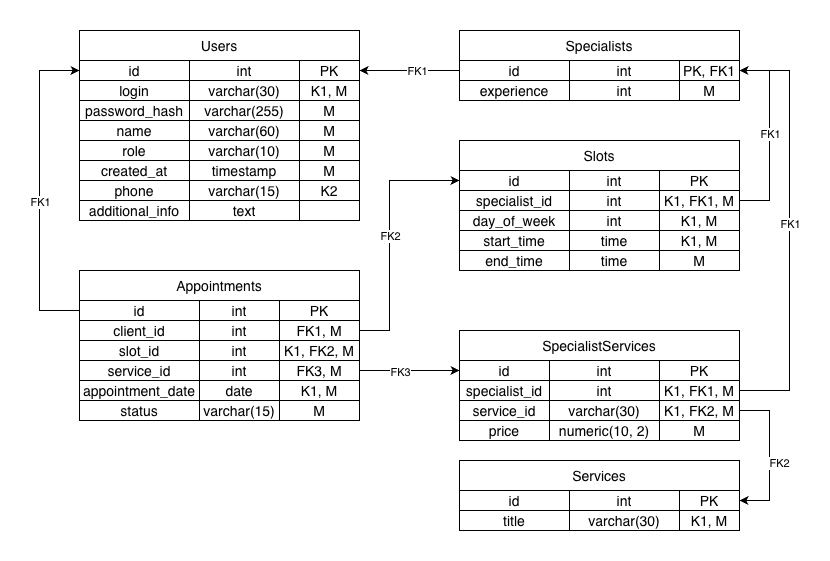
Earlier version of the draw.io export assignments/database/massage_salon.png (gr33n-m1ner/system-engineering). Source tidied: cells renumbered, new cells last; positions are measured from the earlier drawing's top-left corner, leaving out a move shared by most shapes.
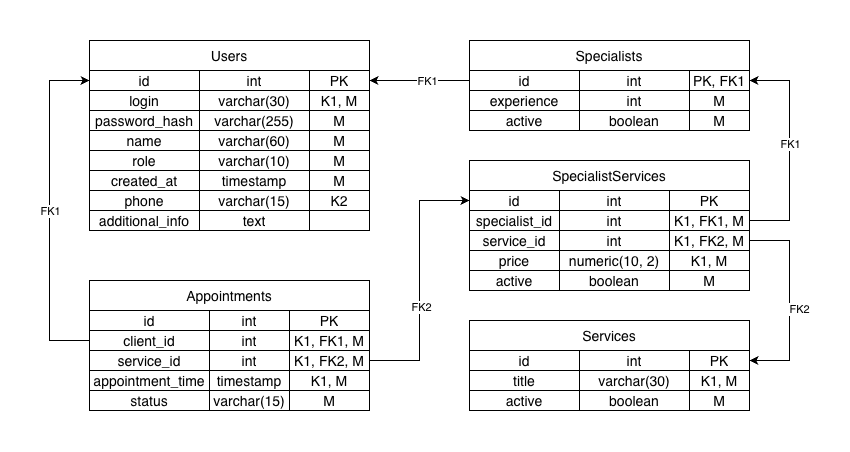
Above is the later version.

Change to the diagram source:
```diff
@@ -104,8 +104,8 @@
     <mxCell id="35" style="edgeStyle=orthogonalEdgeStyle;rounded=0;jettySize=auto;html=1;entryX=1;entryY=0.5;entryDx=0;entryDy=0;exitX=1;exitY=0.5;exitDx=0;exitDy=0;endArrow=none;endFill=0;startArrow=classic;startFill=1;" parent="1" edge="1" source="41" target="119">
       <mxGeometry relative="1" as="geometry">
         <Array as="points">
-          <mxPoint x="730" y="470" />
-          <mxPoint x="730" y="380" />
+          <mxPoint x="740" y="320" />
+          <mxPoint x="740" y="200" />
         </Array>
       </mxGeometry>
     </mxCell>
@@ -115,7 +115,7 @@
       </mxGeometry>
     </mxCell>
     <mxCell id="37" value="Services" style="shape=table;startSize=30;fontSize=14;labelBackgroundColor=none;" parent="1" vertex="1">
-      <mxGeometry x="420" y="430" width="280" height="70" as="geometry" />
+      <mxGeometry x="420" y="280" width="280" height="90" as="geometry" />
     </mxCell>
     <mxCell id="38" style="shape=tableRow;horizontal=0;startSize=0;swimlaneHead=0;swimlaneBody=0;top=0;left=0;bottom=0;right=0;fillColor=none;fontSize=14;labelBackgroundColor=none;" parent="37" vertex="1">
       <mxGeometry y="30" width="280" height="20" as="geometry" />
@@ -141,71 +141,20 @@
     <mxCell id="45" value="K1, M" style="shape=partialRectangle;html=1;whiteSpace=wrap;overflow=hidden;fillColor=none;top=0;left=0;bottom=0;right=0;fontSize=14;labelBackgroundColor=none;" parent="42" vertex="1">
       <mxGeometry x="220" width="60" height="20" as="geometry" />
     </mxCell>
-    <mxCell id="46" value="Slots" style="shape=table;startSize=30;fontSize=14;labelBackgroundColor=none;" parent="1" vertex="1">
-      <mxGeometry x="420" y="110" width="280" height="130" as="geometry" />
-    </mxCell>
-    <mxCell id="47" style="shape=tableRow;horizontal=0;startSize=0;swimlaneHead=0;swimlaneBody=0;top=0;left=0;bottom=0;right=0;fillColor=none;fontSize=14;labelBackgroundColor=none;" parent="46" vertex="1">
-      <mxGeometry y="30" width="280" height="20" as="geometry" />
-    </mxCell>
-    <mxCell id="48" value="&lt;font&gt;id&lt;/font&gt;" style="shape=partialRectangle;html=1;whiteSpace=wrap;overflow=hidden;fillColor=none;top=0;left=0;bottom=0;right=0;fontSize=14;labelBackgroundColor=none;" parent="47" vertex="1">
-      <mxGeometry width="110" height="20" as="geometry" />
-    </mxCell>
-    <mxCell id="49" value="&lt;span&gt;int&lt;/span&gt;" style="shape=partialRectangle;html=1;whiteSpace=wrap;overflow=hidden;fillColor=none;top=0;left=0;bottom=0;right=0;fontSize=14;labelBackgroundColor=none;" parent="47" vertex="1">
-      <mxGeometry x="110" width="90" height="20" as="geometry" />
-    </mxCell>
-    <mxCell id="50" value="PK" style="shape=partialRectangle;html=1;whiteSpace=wrap;overflow=hidden;fillColor=none;top=0;left=0;bottom=0;right=0;fontSize=14;labelBackgroundColor=none;" parent="47" vertex="1">
-      <mxGeometry x="200" width="80" height="20" as="geometry" />
-    </mxCell>
-    <mxCell id="51" style="shape=tableRow;horizontal=0;startSize=0;swimlaneHead=0;swimlaneBody=0;top=0;left=0;bottom=0;right=0;fillColor=none;fontSize=14;labelBackgroundColor=none;" parent="46" vertex="1">
-      <mxGeometry y="50" width="280" height="20" as="geometry" />
-    </mxCell>
-    <mxCell id="52" value="specialist_id" style="shape=partialRectangle;html=1;whiteSpace=wrap;overflow=hidden;fillColor=none;top=0;left=0;bottom=0;right=0;fontSize=14;labelBackgroundColor=none;" parent="51" vertex="1">
-      <mxGeometry width="110" height="20" as="geometry" />
-    </mxCell>
-    <mxCell id="53" value="int" style="shape=partialRectangle;html=1;whiteSpace=wrap;overflow=hidden;fillColor=none;top=0;left=0;bottom=0;right=0;fontSize=14;labelBackgroundColor=none;" parent="51" vertex="1">
-      <mxGeometry x="110" width="90" height="20" as="geometry" />
-    </mxCell>
-    <mxCell id="54" value="K1, FK1, M" style="shape=partialRectangle;html=1;whiteSpace=wrap;overflow=hidden;fillColor=none;top=0;left=0;bottom=0;right=0;fontSize=14;labelBackgroundColor=none;" parent="51" vertex="1">
-      <mxGeometry x="200" width="80" height="20" as="geometry" />
-    </mxCell>
-    <mxCell id="55" style="shape=tableRow;horizontal=0;startSize=0;swimlaneHead=0;swimlaneBody=0;top=0;left=0;bottom=0;right=0;fillColor=none;fontSize=14;labelBackgroundColor=none;" parent="46" vertex="1">
-      <mxGeometry y="70" width="280" height="20" as="geometry" />
-    </mxCell>
-    <mxCell id="56" value="day_of_week" style="shape=partialRectangle;html=1;whiteSpace=wrap;overflow=hidden;fillColor=none;top=0;left=0;bottom=0;right=0;fontSize=14;labelBackgroundColor=none;" parent="55" vertex="1">
-      <mxGeometry width="110" height="20" as="geometry" />
-    </mxCell>
-    <mxCell id="57" value="int" style="shape=partialRectangle;html=1;whiteSpace=wrap;overflow=hidden;fillColor=none;top=0;left=0;bottom=0;right=0;fontSize=14;labelBackgroundColor=none;" parent="55" vertex="1">
-      <mxGeometry x="110" width="90" height="20" as="geometry" />
-    </mxCell>
-    <mxCell id="58" value="K1, M" style="shape=partialRectangle;html=1;whiteSpace=wrap;overflow=hidden;fillColor=none;top=0;left=0;bottom=0;right=0;fontSize=14;labelBackgroundColor=none;" parent="55" vertex="1">
-      <mxGeometry x="200" width="80" height="20" as="geometry" />
-    </mxCell>
-    <mxCell id="59" style="shape=tableRow;horizontal=0;startSize=0;swimlaneHead=0;swimlaneBody=0;top=0;left=0;bottom=0;right=0;fillColor=none;fontSize=14;labelBackgroundColor=none;" parent="46" vertex="1">
-      <mxGeometry y="90" width="280" height="20" as="geometry" />
-    </mxCell>
-    <mxCell id="60" value="start_time" style="shape=partialRectangle;html=1;whiteSpace=wrap;overflow=hidden;fillColor=none;top=0;left=0;bottom=0;right=0;fontSize=14;labelBackgroundColor=none;" parent="59" vertex="1">
-      <mxGeometry width="110" height="20" as="geometry" />
-    </mxCell>
-    <mxCell id="61" value="time" style="shape=partialRectangle;html=1;whiteSpace=wrap;overflow=hidden;fillColor=none;top=0;left=0;bottom=0;right=0;fontSize=14;labelBackgroundColor=none;" parent="59" vertex="1">
-      <mxGeometry x="110" width="90" height="20" as="geometry" />
-    </mxCell>
-    <mxCell id="62" value="K1, M" style="shape=partialRectangle;html=1;whiteSpace=wrap;overflow=hidden;fillColor=none;top=0;left=0;bottom=0;right=0;fontSize=14;labelBackgroundColor=none;" parent="59" vertex="1">
-      <mxGeometry x="200" width="80" height="20" as="geometry" />
-    </mxCell>
-    <mxCell id="63" style="shape=tableRow;horizontal=0;startSize=0;swimlaneHead=0;swimlaneBody=0;top=0;left=0;bottom=0;right=0;fillColor=none;fontSize=14;labelBackgroundColor=none;" parent="46" vertex="1">
-      <mxGeometry y="110" width="280" height="20" as="geometry" />
-    </mxCell>
-    <mxCell id="64" value="end_time" style="shape=partialRectangle;html=1;whiteSpace=wrap;overflow=hidden;fillColor=none;top=0;left=0;bottom=0;right=0;fontSize=14;labelBackgroundColor=none;" parent="63" vertex="1">
-      <mxGeometry width="110" height="20" as="geometry" />
-    </mxCell>
-    <mxCell id="65" value="time" style="shape=partialRectangle;html=1;whiteSpace=wrap;overflow=hidden;fillColor=none;top=0;left=0;bottom=0;right=0;fontSize=14;labelBackgroundColor=none;" parent="63" vertex="1">
-      <mxGeometry x="110" width="90" height="20" as="geometry" />
-    </mxCell>
-    <mxCell id="66" value="M" style="shape=partialRectangle;html=1;whiteSpace=wrap;overflow=hidden;fillColor=none;top=0;left=0;bottom=0;right=0;fontSize=14;labelBackgroundColor=none;" parent="63" vertex="1">
-      <mxGeometry x="200" width="80" height="20" as="geometry" />
-    </mxCell>
+    <mxCell id="130" style="shape=tableRow;horizontal=0;startSize=0;swimlaneHead=0;swimlaneBody=0;top=0;left=0;bottom=0;right=0;fillColor=none;fontSize=14;labelBackgroundColor=none;" parent="37" vertex="1">
+      <mxGeometry y="70" width="280" height="20" as="geometry" />
+    </mxCell>
+    <mxCell id="131" value="active" style="shape=partialRectangle;html=1;whiteSpace=wrap;overflow=hidden;fillColor=none;top=0;left=0;bottom=0;right=0;fontSize=14;labelBackgroundColor=none;" parent="130" vertex="1">
+      <mxGeometry width="110" height="20" as="geometry" />
+    </mxCell>
+    <mxCell id="132" value="boolean" style="shape=partialRectangle;html=1;whiteSpace=wrap;overflow=hidden;fillColor=none;top=0;left=0;bottom=0;right=0;fontSize=14;labelBackgroundColor=none;" parent="130" vertex="1">
+      <mxGeometry x="110" width="110" height="20" as="geometry" />
+    </mxCell>
+    <mxCell id="133" value="M" style="shape=partialRectangle;html=1;whiteSpace=wrap;overflow=hidden;fillColor=none;top=0;left=0;bottom=0;right=0;fontSize=14;labelBackgroundColor=none;" parent="130" vertex="1">
+      <mxGeometry x="220" width="60" height="20" as="geometry" />
+    </mxCell>
     <mxCell id="67" value="Appointments" style="shape=table;startSize=30;fontSize=14;labelBackgroundColor=none;" parent="1" vertex="1">
-      <mxGeometry x="40" y="240" width="280" height="150" as="geometry" />
+      <mxGeometry x="40" y="240" width="280" height="130" as="geometry" />
     </mxCell>
     <mxCell id="68" style="shape=tableRow;horizontal=0;startSize=0;swimlaneHead=0;swimlaneBody=0;top=0;left=0;bottom=0;right=0;fillColor=none;fontSize=14;labelBackgroundColor=none;" parent="67" vertex="1">
       <mxGeometry y="30" width="280" height="20" as="geometry" />
@@ -228,23 +177,11 @@
     <mxCell id="74" value="int" style="shape=partialRectangle;html=1;whiteSpace=wrap;overflow=hidden;fillColor=none;top=0;left=0;bottom=0;right=0;fontSize=14;labelBackgroundColor=none;" parent="72" vertex="1">
       <mxGeometry x="120" width="80" height="20" as="geometry" />
     </mxCell>
-    <mxCell id="75" value="FK1, M" style="shape=partialRectangle;html=1;whiteSpace=wrap;overflow=hidden;fillColor=none;top=0;left=0;bottom=0;right=0;fontSize=14;labelBackgroundColor=none;" parent="72" vertex="1">
+    <mxCell id="75" value="K1, FK1, M" style="shape=partialRectangle;html=1;whiteSpace=wrap;overflow=hidden;fillColor=none;top=0;left=0;bottom=0;right=0;fontSize=14;labelBackgroundColor=none;" parent="72" vertex="1">
       <mxGeometry x="200" width="80" height="20" as="geometry" />
     </mxCell>
-    <mxCell id="76" style="shape=tableRow;horizontal=0;startSize=0;swimlaneHead=0;swimlaneBody=0;top=0;left=0;bottom=0;right=0;fillColor=none;fontSize=14;labelBackgroundColor=none;" parent="67" vertex="1">
-      <mxGeometry y="70" width="280" height="20" as="geometry" />
-    </mxCell>
-    <mxCell id="77" value="&lt;font&gt;slot_id&lt;/font&gt;" style="shape=partialRectangle;html=1;whiteSpace=wrap;overflow=hidden;fillColor=none;top=0;left=0;bottom=0;right=0;fontSize=14;labelBackgroundColor=none;" parent="76" vertex="1">
-      <mxGeometry width="120" height="20" as="geometry" />
-    </mxCell>
-    <mxCell id="78" value="&lt;span&gt;int&lt;/span&gt;" style="shape=partialRectangle;html=1;whiteSpace=wrap;overflow=hidden;fillColor=none;top=0;left=0;bottom=0;right=0;fontSize=14;labelBackgroundColor=none;" parent="76" vertex="1">
-      <mxGeometry x="120" width="80" height="20" as="geometry" />
-    </mxCell>
-    <mxCell id="79" value="K1, FK2, M" style="shape=partialRectangle;html=1;whiteSpace=wrap;overflow=hidden;fillColor=none;top=0;left=0;bottom=0;right=0;fontSize=14;labelBackgroundColor=none;" parent="76" vertex="1">
-      <mxGeometry x="200" width="80" height="20" as="geometry" />
-    </mxCell>
     <mxCell id="80" style="shape=tableRow;horizontal=0;startSize=0;swimlaneHead=0;swimlaneBody=0;top=0;left=0;bottom=0;right=0;fillColor=none;fontSize=14;labelBackgroundColor=none;" parent="67" vertex="1">
-      <mxGeometry y="90" width="280" height="20" as="geometry" />
+      <mxGeometry y="70" width="280" height="20" as="geometry" />
     </mxCell>
     <mxCell id="81" value="service_id" style="shape=partialRectangle;html=1;whiteSpace=wrap;overflow=hidden;fillColor=none;top=0;left=0;bottom=0;right=0;fontSize=14;labelBackgroundColor=none;" parent="80" vertex="1">
       <mxGeometry width="120" height="20" as="geometry" />
@@ -252,23 +189,23 @@
     <mxCell id="82" value="int" style="shape=partialRectangle;html=1;whiteSpace=wrap;overflow=hidden;fillColor=none;top=0;left=0;bottom=0;right=0;fontSize=14;labelBackgroundColor=none;" parent="80" vertex="1">
       <mxGeometry x="120" width="80" height="20" as="geometry" />
     </mxCell>
-    <mxCell id="83" value="FK3, M" style="shape=partialRectangle;html=1;whiteSpace=wrap;overflow=hidden;fillColor=none;top=0;left=0;bottom=0;right=0;fontSize=14;labelBackgroundColor=none;" parent="80" vertex="1">
+    <mxCell id="83" value="K1, FK2, M" style="shape=partialRectangle;html=1;whiteSpace=wrap;overflow=hidden;fillColor=none;top=0;left=0;bottom=0;right=0;fontSize=14;labelBackgroundColor=none;" parent="80" vertex="1">
       <mxGeometry x="200" width="80" height="20" as="geometry" />
     </mxCell>
     <mxCell id="84" style="shape=tableRow;horizontal=0;startSize=0;swimlaneHead=0;swimlaneBody=0;top=0;left=0;bottom=0;right=0;fillColor=none;fontSize=14;labelBackgroundColor=none;" parent="67" vertex="1">
-      <mxGeometry y="110" width="280" height="20" as="geometry" />
+      <mxGeometry y="90" width="280" height="20" as="geometry" />
     </mxCell>
-    <mxCell id="85" value="appointment_date" style="shape=partialRectangle;html=1;whiteSpace=wrap;overflow=hidden;fillColor=none;top=0;left=0;bottom=0;right=0;fontSize=14;labelBackgroundColor=none;" parent="84" vertex="1">
+    <mxCell id="85" value="appointment_time" style="shape=partialRectangle;html=1;whiteSpace=wrap;overflow=hidden;fillColor=none;top=0;left=0;bottom=0;right=0;fontSize=14;labelBackgroundColor=none;" parent="84" vertex="1">
       <mxGeometry width="120" height="20" as="geometry" />
     </mxCell>
-    <mxCell id="86" value="date" style="shape=partialRectangle;html=1;whiteSpace=wrap;overflow=hidden;fillColor=none;top=0;left=0;bottom=0;right=0;fontSize=14;labelBackgroundColor=none;" parent="84" vertex="1">
+    <mxCell id="86" value="timestamp" style="shape=partialRectangle;html=1;whiteSpace=wrap;overflow=hidden;fillColor=none;top=0;left=0;bottom=0;right=0;fontSize=14;labelBackgroundColor=none;" parent="84" vertex="1">
       <mxGeometry x="120" width="80" height="20" as="geometry" />
     </mxCell>
     <mxCell id="87" value="K1, M" style="shape=partialRectangle;html=1;whiteSpace=wrap;overflow=hidden;fillColor=none;top=0;left=0;bottom=0;right=0;fontSize=14;labelBackgroundColor=none;" parent="84" vertex="1">
       <mxGeometry x="200" width="80" height="20" as="geometry" />
     </mxCell>
     <mxCell id="88" style="shape=tableRow;horizontal=0;startSize=0;swimlaneHead=0;swimlaneBody=0;top=0;left=0;bottom=0;right=0;fillColor=none;fontSize=14;labelBackgroundColor=none;" parent="67" vertex="1">
-      <mxGeometry y="130" width="280" height="20" as="geometry" />
+      <mxGeometry y="110" width="280" height="20" as="geometry" />
     </mxCell>
     <mxCell id="89" value="status" style="shape=partialRectangle;html=1;whiteSpace=wrap;overflow=hidden;fillColor=none;top=0;left=0;bottom=0;right=0;fontSize=14;labelBackgroundColor=none;" parent="88" vertex="1">
       <mxGeometry width="120" height="20" as="geometry" />
@@ -280,7 +217,7 @@
       <mxGeometry x="200" width="80" height="20" as="geometry" />
     </mxCell>
     <mxCell id="92" value="Specialists" style="shape=table;startSize=30;fontSize=14;labelBackgroundColor=none;" parent="1" vertex="1">
-      <mxGeometry x="420" width="280" height="70" as="geometry" />
+      <mxGeometry x="420" width="280" height="90" as="geometry" />
     </mxCell>
     <mxCell id="93" style="shape=tableRow;horizontal=0;startSize=0;swimlaneHead=0;swimlaneBody=0;top=0;left=0;bottom=0;right=0;fillColor=none;fontSize=14;labelBackgroundColor=none;" parent="92" vertex="1">
       <mxGeometry y="30" width="280" height="20" as="geometry" />
@@ -306,6 +243,18 @@
     <mxCell id="100" value="M" style="shape=partialRectangle;html=1;whiteSpace=wrap;overflow=hidden;fillColor=none;top=0;left=0;bottom=0;right=0;fontSize=14;labelBackgroundColor=none;" parent="97" vertex="1">
       <mxGeometry x="220" width="60" height="20" as="geometry" />
     </mxCell>
+    <mxCell id="134" style="shape=tableRow;horizontal=0;startSize=0;swimlaneHead=0;swimlaneBody=0;top=0;left=0;bottom=0;right=0;fillColor=none;fontSize=14;labelBackgroundColor=none;" parent="92" vertex="1">
+      <mxGeometry y="70" width="280" height="20" as="geometry" />
+    </mxCell>
+    <mxCell id="135" value="active" style="shape=partialRectangle;html=1;whiteSpace=wrap;overflow=hidden;fillColor=none;top=0;left=0;bottom=0;right=0;fontSize=14;labelBackgroundColor=none;" parent="134" vertex="1">
+      <mxGeometry width="110" height="20" as="geometry" />
+    </mxCell>
+    <mxCell id="136" value="boolean" style="shape=partialRectangle;html=1;whiteSpace=wrap;overflow=hidden;fillColor=none;top=0;left=0;bottom=0;right=0;fontSize=14;labelBackgroundColor=none;" parent="134" vertex="1">
+      <mxGeometry x="110" width="110" height="20" as="geometry" />
+    </mxCell>
+    <mxCell id="137" value="M" style="shape=partialRectangle;html=1;whiteSpace=wrap;overflow=hidden;fillColor=none;top=0;left=0;bottom=0;right=0;fontSize=14;labelBackgroundColor=none;" parent="134" vertex="1">
+      <mxGeometry x="220" width="60" height="20" as="geometry" />
+    </mxCell>
     <mxCell id="101" style="edgeStyle=orthogonalEdgeStyle;rounded=0;jettySize=auto;html=1;entryX=1;entryY=0.5;entryDx=0;entryDy=0;" parent="1" edge="1" source="94" target="6">
       <mxGeometry relative="1" as="geometry" />
     </mxCell>
@@ -314,22 +263,10 @@
         <mxPoint x="8" as="offset" />
       </mxGeometry>
     </mxCell>
-    <mxCell id="103" style="edgeStyle=orthogonalEdgeStyle;rounded=0;jettySize=auto;html=1;entryX=0;entryY=0.5;entryDx=0;entryDy=0;" parent="1" edge="1" target="48">
-      <mxGeometry relative="1" as="geometry">
-        <mxPoint x="320" y="300" as="sourcePoint" />
-        <Array as="points">
-          <mxPoint x="350" y="300" />
-          <mxPoint x="350" y="150" />
-        </Array>
-      </mxGeometry>
-    </mxCell>
-    <mxCell id="104" value="FK2" style="edgeLabel;html=1;align=center;verticalAlign=middle;" parent="103" vertex="1">
-      <mxGeometry relative="1" as="geometry" />
-    </mxCell>
     <mxCell id="105" style="edgeStyle=orthogonalEdgeStyle;rounded=0;jettySize=auto;html=1;entryX=0;entryY=0.5;entryDx=0;entryDy=0;exitX=0;exitY=0.5;exitDx=0;exitDy=0;" parent="1" edge="1" source="73" target="4">
       <mxGeometry relative="1" as="geometry">
         <Array as="points">
-          <mxPoint y="280" />
+          <mxPoint y="300" />
           <mxPoint y="40" />
         </Array>
       </mxGeometry>
@@ -338,7 +275,7 @@
       <mxGeometry relative="1" as="geometry" />
     </mxCell>
     <mxCell id="107" value="SpecialistServices" style="shape=table;startSize=30;fontSize=14;labelBackgroundColor=none;" parent="1" vertex="1">
-      <mxGeometry x="420" y="300" width="280" height="110" as="geometry" />
+      <mxGeometry x="420" y="120" width="280" height="130" as="geometry" />
     </mxCell>
     <mxCell id="108" style="shape=tableRow;horizontal=0;startSize=0;swimlaneHead=0;swimlaneBody=0;top=0;left=0;bottom=0;right=0;fillColor=none;fontSize=14;labelBackgroundColor=none;" parent="107" vertex="1">
       <mxGeometry y="30" width="280" height="20" as="geometry" />
@@ -370,7 +307,7 @@
     <mxCell id="117" value="service_id" style="shape=partialRectangle;html=1;whiteSpace=wrap;overflow=hidden;fillColor=none;top=0;left=0;bottom=0;right=0;fontSize=14;labelBackgroundColor=none;" parent="116" vertex="1">
       <mxGeometry width="90" height="20" as="geometry" />
     </mxCell>
-    <mxCell id="118" value="varchar(30)" style="shape=partialRectangle;html=1;whiteSpace=wrap;overflow=hidden;fillColor=none;top=0;left=0;bottom=0;right=0;fontSize=14;labelBackgroundColor=none;" parent="116" vertex="1">
+    <mxCell id="118" value="int" style="shape=partialRectangle;html=1;whiteSpace=wrap;overflow=hidden;fillColor=none;top=0;left=0;bottom=0;right=0;fontSize=14;labelBackgroundColor=none;" parent="116" vertex="1">
       <mxGeometry x="90" width="110" height="20" as="geometry" />
     </mxCell>
     <mxCell id="119" value="K1, FK2, M" style="shape=partialRectangle;html=1;whiteSpace=wrap;overflow=hidden;fillColor=none;top=0;left=0;bottom=0;right=0;fontSize=14;labelBackgroundColor=none;" parent="116" vertex="1">
@@ -385,14 +322,26 @@
     <mxCell id="122" value="numeric(10, 2)" style="shape=partialRectangle;html=1;whiteSpace=wrap;overflow=hidden;fillColor=none;top=0;left=0;bottom=0;right=0;fontSize=14;labelBackgroundColor=none;" parent="120" vertex="1">
       <mxGeometry x="90" width="110" height="20" as="geometry" />
     </mxCell>
-    <mxCell id="123" value="M" style="shape=partialRectangle;html=1;whiteSpace=wrap;overflow=hidden;fillColor=none;top=0;left=0;bottom=0;right=0;fontSize=14;labelBackgroundColor=none;" parent="120" vertex="1">
+    <mxCell id="123" value="K1, M" style="shape=partialRectangle;html=1;whiteSpace=wrap;overflow=hidden;fillColor=none;top=0;left=0;bottom=0;right=0;fontSize=14;labelBackgroundColor=none;" parent="120" vertex="1">
       <mxGeometry x="200" width="80" height="20" as="geometry" />
     </mxCell>
+    <mxCell id="63" style="shape=tableRow;horizontal=0;startSize=0;swimlaneHead=0;swimlaneBody=0;top=0;left=0;bottom=0;right=0;fillColor=none;fontSize=14;labelBackgroundColor=none;" parent="107" vertex="1">
+      <mxGeometry y="110" width="280" height="20" as="geometry" />
+    </mxCell>
+    <mxCell id="138" value="active" style="shape=partialRectangle;html=1;whiteSpace=wrap;overflow=hidden;fillColor=none;top=0;left=0;bottom=0;right=0;fontSize=14;labelBackgroundColor=none;" parent="63" vertex="1">
+      <mxGeometry width="90" height="20" as="geometry" />
+    </mxCell>
+    <mxCell id="139" value="boolean" style="shape=partialRectangle;html=1;whiteSpace=wrap;overflow=hidden;fillColor=none;top=0;left=0;bottom=0;right=0;fontSize=14;labelBackgroundColor=none;" parent="63" vertex="1">
+      <mxGeometry x="90" width="110" height="20" as="geometry" />
+    </mxCell>
+    <mxCell id="66" value="M" style="shape=partialRectangle;html=1;whiteSpace=wrap;overflow=hidden;fillColor=none;top=0;left=0;bottom=0;right=0;fontSize=14;labelBackgroundColor=none;" parent="63" vertex="1">
+      <mxGeometry x="200" width="80" height="20" as="geometry" />
+    </mxCell>
     <mxCell id="124" style="edgeStyle=orthogonalEdgeStyle;rounded=0;jettySize=auto;html=1;entryX=1;entryY=0.5;entryDx=0;entryDy=0;exitX=1;exitY=0.5;exitDx=0;exitDy=0;" parent="1" edge="1" source="115" target="96">
       <mxGeometry relative="1" as="geometry">
         <Array as="points">
-          <mxPoint x="750" y="360" />
-          <mxPoint x="750" y="40" />
+          <mxPoint x="740" y="180" />
+          <mxPoint x="740" y="40" />
         </Array>
       </mxGeometry>
     </mxCell>
@@ -401,21 +350,10 @@
         <mxPoint y="-6" as="offset" />
       </mxGeometry>
     </mxCell>
-    <mxCell id="126" style="edgeStyle=orthogonalEdgeStyle;rounded=0;jettySize=auto;html=1;entryX=1;entryY=0.5;entryDx=0;entryDy=0;" parent="1" edge="1" source="54" target="96">
-      <mxGeometry relative="1" as="geometry">
-        <Array as="points">
-          <mxPoint x="730" y="170" />
-          <mxPoint x="730" y="40" />
-        </Array>
-      </mxGeometry>
-    </mxCell>
-    <mxCell id="127" value="FK1" style="edgeLabel;html=1;align=center;verticalAlign=middle;" parent="126" vertex="1">
-      <mxGeometry x="0.01" relative="1" as="geometry" />
-    </mxCell>
     <mxCell id="128" style="edgeStyle=orthogonalEdgeStyle;rounded=0;jettySize=auto;html=1;entryX=0;entryY=0.5;entryDx=0;entryDy=0;" parent="1" edge="1" source="83" target="109">
       <mxGeometry relative="1" as="geometry" />
     </mxCell>
-    <mxCell id="129" value="FK3" style="edgeLabel;html=1;align=center;verticalAlign=middle;" parent="128" vertex="1">
+    <mxCell id="129" value="FK2" style="edgeLabel;html=1;align=center;verticalAlign=middle;" parent="128" vertex="1">
       <mxGeometry x="-0.21" y="-1" relative="1" as="geometry" />
     </mxCell>
   </root>
```
